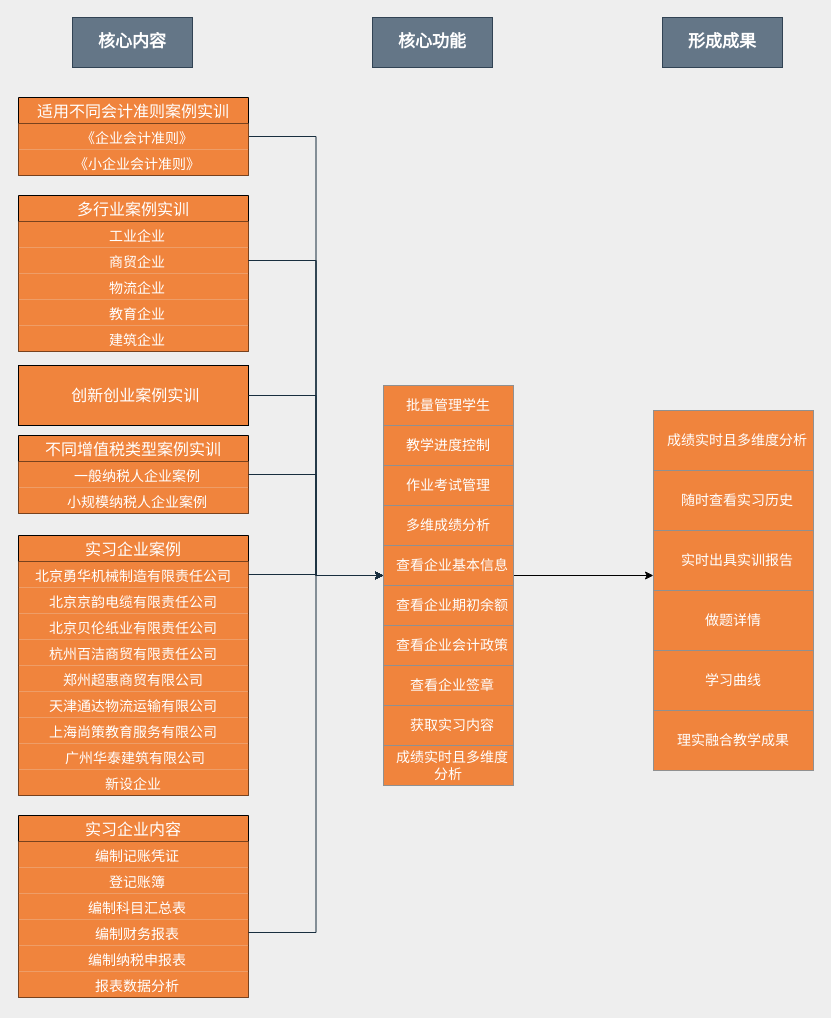
This is 会计综合.drawio from oldKing997/diagramsRepository, a draw.io file, before an edit. Source tidied: cells renumbered, new cells numbered last; positions are measured from the earlier drawing's top-left corner, leaving out a move shared by most shapes. Both pictures are drawn from the tidied source at 100%, with x=0, y=0 at pixel (18, 17).
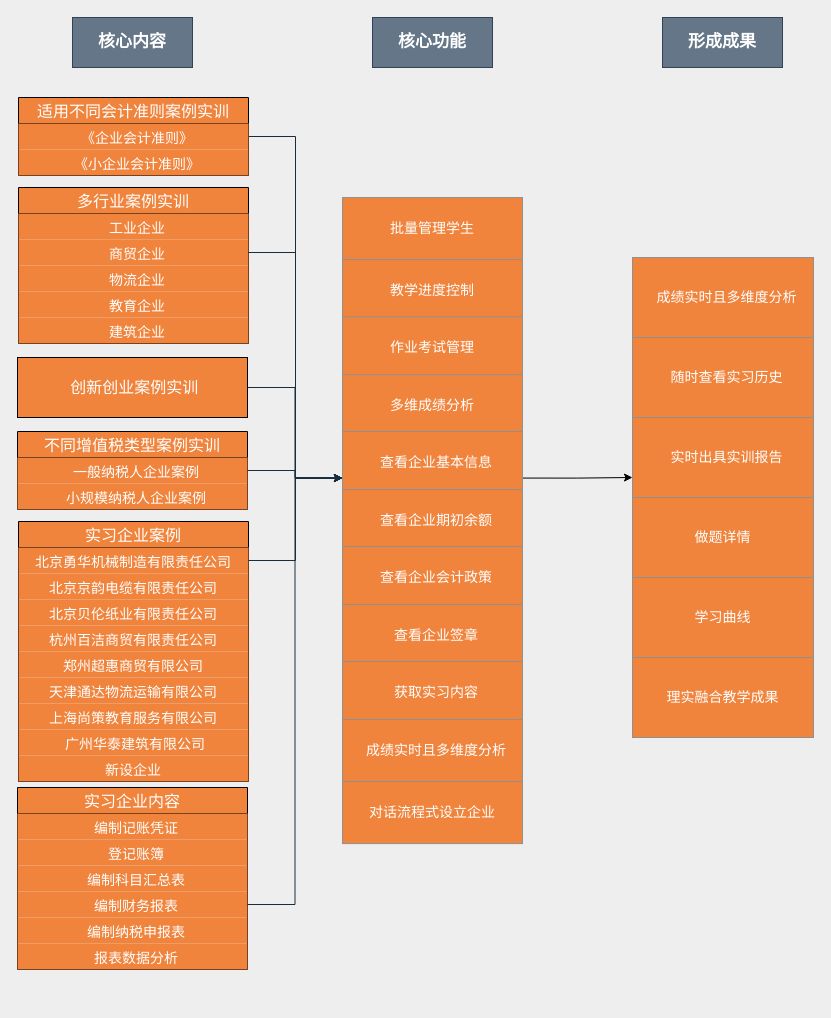
The same diagram, later.

Commit message (it also covers changes not shown here):
更新会计综合.drawio

Diff of the diagram source:
```diff
@@
     <mxCell id="9" value="多行业案例实训" style="swimlane;fontStyle=0;horizontal=1;startSize=26;fillColor=#F0843D;fontSize=16;fontColor=#FFFFFF;swimlaneFillColor=none;rounded=0;glass=0;shadow=0;sketch=0;swimlaneLine=1;align=center;" parent="1" vertex="1">
-      <mxGeometry y="178" width="230" height="156" as="geometry" />
+      <mxGeometry y="170" width="230" height="156" as="geometry" />
     </mxCell>
@@
     <mxCell id="16" value="&lt;span&gt;&amp;nbsp;&lt;/span&gt;创新创业案例实训" style="rounded=0;whiteSpace=wrap;html=1;shadow=0;glass=0;sketch=0;fontSize=16;fontColor=#FFFFFF;fillColor=#F0843D;align=center;" parent="1" vertex="1">
-      <mxGeometry y="348" width="230" height="60" as="geometry" />
+      <mxGeometry x="-1" y="340" width="230" height="60" as="geometry" />
     </mxCell>
@@
     <mxCell id="18" value="不同增值税类型案例实训" style="swimlane;fontStyle=0;horizontal=1;startSize=26;fillColor=#F0843D;fontSize=16;fontColor=#FFFFFF;swimlaneFillColor=none;rounded=0;glass=0;shadow=0;sketch=0;swimlaneLine=1;align=center;" parent="1" vertex="1">
-      <mxGeometry y="418" width="230" height="78" as="geometry" />
+      <mxGeometry x="-1" y="414" width="230" height="78" as="geometry" />
     </mxCell>
@@
     <mxCell id="21" value="实习企业案例" style="swimlane;fontStyle=0;horizontal=1;startSize=26;fillColor=#F0843D;fontSize=16;fontColor=#FFFFFF;swimlaneFillColor=none;rounded=0;glass=0;shadow=0;sketch=0;swimlaneLine=1;align=center;" parent="1" vertex="1">
-      <mxGeometry y="518" width="230" height="260" as="geometry" />
+      <mxGeometry y="504" width="230" height="260" as="geometry" />
     </mxCell>
@@
     <mxCell id="34" value="实习企业内容" style="swimlane;fontStyle=0;horizontal=1;startSize=26;fillColor=#F0843D;fontSize=16;fontColor=#FFFFFF;swimlaneFillColor=none;rounded=0;glass=0;shadow=0;sketch=0;swimlaneLine=1;align=center;" parent="1" vertex="1">
-      <mxGeometry y="798" width="230" height="182" as="geometry" />
+      <mxGeometry x="-1" y="770" width="230" height="182" as="geometry" />
     </mxCell>
@@
-    <mxCell id="43" style="group;" parent="1" vertex="1">
-      <mxGeometry x="365" y="368" width="130" height="400" as="geometry" />
-    </mxCell>
+    <mxCell id="54" style="group;" parent="1" vertex="1">
+      <mxGeometry x="614" y="240" width="181" height="480" as="geometry" />
+    </mxCell>
+    <mxCell id="55" value="&lt;p class=&quot;MsoBodyText&quot;&gt;理实融合教学成果&lt;span lang=&quot;EN-US&quot;&gt;&lt;/span&gt;&lt;/p&gt;" style="rounded=0;whiteSpace=wrap;html=1;sketch=0;fontSize=14;fontColor=#FFFFFF;strokeColor=#909090;fillColor=#F0843D;align=center;verticalAlign=middle;" parent="54" vertex="1">
+      <mxGeometry y="400" width="181" height="80" as="geometry" />
+    </mxCell>
+    <mxCell id="56" value="&amp;nbsp;&lt;span&gt; &lt;/span&gt;成绩实时且多维度分析" style="rounded=0;whiteSpace=wrap;html=1;sketch=0;fontSize=14;fontColor=#FFFFFF;strokeColor=#909090;fillColor=#F0843D;align=center;verticalAlign=middle;" parent="54" vertex="1">
+      <mxGeometry width="181" height="80" as="geometry" />
+    </mxCell>
+    <mxCell id="57" value="&lt;p class=&quot;MsoBodyText&quot;&gt;做题详情&lt;span lang=&quot;EN-US&quot;&gt;&lt;/span&gt;&lt;/p&gt;" style="rounded=0;whiteSpace=wrap;html=1;sketch=0;fontSize=14;fontColor=#FFFFFF;strokeColor=#909090;fillColor=#F0843D;align=center;verticalAlign=middle;" parent="54" vertex="1">
+      <mxGeometry y="240" width="181" height="80" as="geometry" />
+    </mxCell>
+    <mxCell id="58" value="&lt;p class=&quot;MsoBodyText&quot;&gt;学习曲线&lt;span lang=&quot;EN-US&quot;&gt;&lt;/span&gt;&lt;/p&gt;" style="rounded=0;whiteSpace=wrap;html=1;sketch=0;fontSize=14;fontColor=#FFFFFF;strokeColor=#909090;fillColor=#F0843D;align=center;verticalAlign=middle;" parent="54" vertex="1">
+      <mxGeometry y="320" width="181" height="80" as="geometry" />
+    </mxCell>
+    <mxCell id="59" value="&amp;nbsp;&lt;span&gt; &lt;/span&gt;实时出具实训报告" style="rounded=0;whiteSpace=wrap;html=1;sketch=0;fontSize=14;fontColor=#FFFFFF;strokeColor=#909090;fillColor=#F0843D;align=center;verticalAlign=middle;" parent="54" vertex="1">
+      <mxGeometry y="160" width="181" height="80" as="geometry" />
+    </mxCell>
+    <mxCell id="60" value="&amp;nbsp;&lt;span&gt; &lt;/span&gt;随时查看实习历史" style="rounded=0;whiteSpace=wrap;html=1;sketch=0;fontSize=14;fontColor=#FFFFFF;strokeColor=#909090;fillColor=#F0843D;align=center;verticalAlign=middle;" parent="54" vertex="1">
+      <mxGeometry y="80" width="181" height="80" as="geometry" />
+    </mxCell>
-    <mxCell id="44" value="&lt;p class=&quot;MsoBodyText&quot;&gt;批量管理学生&lt;span lang=&quot;EN-US&quot;&gt;&lt;/span&gt;&lt;/p&gt;" style="rounded=0;whiteSpace=wrap;html=1;sketch=0;fontSize=14;fontColor=#FFFFFF;strokeColor=#909090;fillColor=#F0843D;align=center;verticalAlign=middle;" parent="43" vertex="1">
-      <mxGeometry width="130" height="40" as="geometry" />
+    <mxCell id="44" value="&lt;p class=&quot;MsoBodyText&quot;&gt;批量管理学生&lt;span lang=&quot;EN-US&quot;&gt;&lt;/span&gt;&lt;/p&gt;" style="rounded=0;whiteSpace=wrap;html=1;sketch=0;fontSize=14;fontColor=#FFFFFF;strokeColor=#909090;fillColor=#F0843D;align=center;verticalAlign=middle;" parent="1" vertex="1">
+      <mxGeometry x="324" y="180" width="180" height="62.1" as="geometry" />
     </mxCell>
-    <mxCell id="45" value="&lt;p class=&quot;MsoBodyText&quot;&gt;教学进度控制&lt;span lang=&quot;EN-US&quot;&gt;&lt;/span&gt;&lt;/p&gt;" style="rounded=0;whiteSpace=wrap;html=1;sketch=0;fontSize=14;fontColor=#FFFFFF;strokeColor=#909090;fillColor=#F0843D;align=center;verticalAlign=middle;" parent="43" vertex="1">
-      <mxGeometry y="40" width="130" height="40" as="geometry" />
+    <mxCell id="45" value="&lt;p class=&quot;MsoBodyText&quot;&gt;教学进度控制&lt;span lang=&quot;EN-US&quot;&gt;&lt;/span&gt;&lt;/p&gt;" style="rounded=0;whiteSpace=wrap;html=1;sketch=0;fontSize=14;fontColor=#FFFFFF;strokeColor=#909090;fillColor=#F0843D;align=center;verticalAlign=middle;" parent="1" vertex="1">
+      <mxGeometry x="324" y="242.1" width="180" height="62.1" as="geometry" />
     </mxCell>
-    <mxCell id="46" value="&lt;p class=&quot;MsoBodyText&quot;&gt;作业考试管理&lt;span lang=&quot;EN-US&quot;&gt;&lt;/span&gt;&lt;/p&gt;" style="rounded=0;whiteSpace=wrap;html=1;sketch=0;fontSize=14;fontColor=#FFFFFF;strokeColor=#909090;fillColor=#F0843D;align=center;verticalAlign=middle;" parent="43" vertex="1">
-      <mxGeometry y="80" width="130" height="40" as="geometry" />
+    <mxCell id="46" value="&lt;p class=&quot;MsoBodyText&quot;&gt;作业考试管理&lt;span lang=&quot;EN-US&quot;&gt;&lt;/span&gt;&lt;/p&gt;" style="rounded=0;whiteSpace=wrap;html=1;sketch=0;fontSize=14;fontColor=#FFFFFF;strokeColor=#909090;fillColor=#F0843D;align=center;verticalAlign=middle;" parent="1" vertex="1">
+      <mxGeometry x="324" y="299.1" width="180" height="62.1" as="geometry" />
     </mxCell>
-    <mxCell id="47" value="多维成绩分析" style="rounded=0;whiteSpace=wrap;html=1;sketch=0;fontSize=14;fontColor=#FFFFFF;strokeColor=#909090;fillColor=#F0843D;align=center;verticalAlign=middle;" parent="43" vertex="1">
-      <mxGeometry y="120" width="130" height="40" as="geometry" />
+    <mxCell id="47" value="多维成绩分析" style="rounded=0;whiteSpace=wrap;html=1;sketch=0;fontSize=14;fontColor=#FFFFFF;strokeColor=#909090;fillColor=#F0843D;align=center;verticalAlign=middle;" parent="1" vertex="1">
+      <mxGeometry x="324" y="357.1" width="180" height="62.1" as="geometry" />
     </mxCell>
-    <mxCell id="48" value="&amp;nbsp;&lt;span&gt; &lt;/span&gt;查看企业基本信息" style="rounded=0;whiteSpace=wrap;html=1;sketch=0;fontSize=14;fontColor=#FFFFFF;strokeColor=#909090;fillColor=#F0843D;align=center;verticalAlign=middle;" parent="43" vertex="1">
-      <mxGeometry y="160" width="130" height="40" as="geometry" />
+    <mxCell id="48" value="&amp;nbsp;&lt;span&gt; &lt;/span&gt;查看企业基本信息" style="rounded=0;whiteSpace=wrap;html=1;sketch=0;fontSize=14;fontColor=#FFFFFF;strokeColor=#909090;fillColor=#F0843D;align=center;verticalAlign=middle;" parent="1" vertex="1">
+      <mxGeometry x="324" y="414" width="180" height="62.1" as="geometry" />
     </mxCell>
-    <mxCell id="49" value="&amp;nbsp;&lt;span&gt; &lt;/span&gt;查看企业期初余额" style="rounded=0;whiteSpace=wrap;html=1;sketch=0;fontSize=14;fontColor=#FFFFFF;strokeColor=#909090;fillColor=#F0843D;align=center;verticalAlign=middle;" parent="43" vertex="1">
-      <mxGeometry y="200" width="130" height="40" as="geometry" />
+    <mxCell id="49" value="&amp;nbsp;&lt;span&gt; &lt;/span&gt;查看企业期初余额" style="rounded=0;whiteSpace=wrap;html=1;sketch=0;fontSize=14;fontColor=#FFFFFF;strokeColor=#909090;fillColor=#F0843D;align=center;verticalAlign=middle;" parent="1" vertex="1">
+      <mxGeometry x="324" y="472" width="180" height="62.1" as="geometry" />
     </mxCell>
-    <mxCell id="50" value="&amp;nbsp;&lt;span&gt; &lt;/span&gt;查看企业会计政策" style="rounded=0;whiteSpace=wrap;html=1;sketch=0;fontSize=14;fontColor=#FFFFFF;strokeColor=#909090;fillColor=#F0843D;align=center;verticalAlign=middle;" parent="43" vertex="1">
-      <mxGeometry y="240" width="130" height="40" as="geometry" />
+    <mxCell id="50" value="&amp;nbsp;&lt;span&gt; &lt;/span&gt;查看企业会计政策" style="rounded=0;whiteSpace=wrap;html=1;sketch=0;fontSize=14;fontColor=#FFFFFF;strokeColor=#909090;fillColor=#F0843D;align=center;verticalAlign=middle;" parent="1" vertex="1">
+      <mxGeometry x="324" y="529" width="180" height="62.1" as="geometry" />
     </mxCell>
-    <mxCell id="51" value="&amp;nbsp;&lt;span&gt; &lt;/span&gt;查看企业签章" style="rounded=0;whiteSpace=wrap;html=1;sketch=0;fontSize=14;fontColor=#FFFFFF;strokeColor=#909090;fillColor=#F0843D;align=center;verticalAlign=middle;" parent="43" vertex="1">
-      <mxGeometry y="280" width="130" height="40" as="geometry" />
+    <mxCell id="51" value="&amp;nbsp;&lt;span&gt; &lt;/span&gt;查看企业签章" style="rounded=0;whiteSpace=wrap;html=1;sketch=0;fontSize=14;fontColor=#FFFFFF;strokeColor=#909090;fillColor=#F0843D;align=center;verticalAlign=middle;" parent="1" vertex="1">
+      <mxGeometry x="324" y="586.9" width="180" height="62.1" as="geometry" />
     </mxCell>
-    <mxCell id="52" value="&amp;nbsp;&lt;span&gt; &lt;/span&gt;获取实习内容" style="rounded=0;whiteSpace=wrap;html=1;sketch=0;fontSize=14;fontColor=#FFFFFF;strokeColor=#909090;fillColor=#F0843D;align=center;verticalAlign=middle;" parent="43" vertex="1">
-      <mxGeometry y="320" width="130" height="40" as="geometry" />
+    <mxCell id="52" value="&amp;nbsp;&lt;span&gt; &lt;/span&gt;获取实习内容" style="rounded=0;whiteSpace=wrap;html=1;sketch=0;fontSize=14;fontColor=#FFFFFF;strokeColor=#909090;fillColor=#F0843D;align=center;verticalAlign=middle;" parent="1" vertex="1">
+      <mxGeometry x="324" y="643.9" width="180" height="62.1" as="geometry" />
     </mxCell>
-    <mxCell id="53" value="&amp;nbsp;&lt;span&gt; &lt;/span&gt;成绩实时且多维度分析" style="rounded=0;whiteSpace=wrap;html=1;sketch=0;fontSize=14;fontColor=#FFFFFF;strokeColor=#909090;fillColor=#F0843D;align=center;verticalAlign=middle;" parent="43" vertex="1">
-      <mxGeometry y="360" width="130" height="40" as="geometry" />
+    <mxCell id="53" value="&amp;nbsp;&lt;span&gt; &lt;/span&gt;成绩实时且多维度分析" style="rounded=0;whiteSpace=wrap;html=1;sketch=0;fontSize=14;fontColor=#FFFFFF;strokeColor=#909090;fillColor=#F0843D;align=center;verticalAlign=middle;" parent="1" vertex="1">
+      <mxGeometry x="324" y="701.9" width="180" height="62.1" as="geometry" />
     </mxCell>
-    <mxCell id="54" style="group;" parent="1" vertex="1">
-      <mxGeometry x="635" y="393" width="160" height="360" as="geometry" />
-    </mxCell>
-    <mxCell id="55" value="&lt;p class=&quot;MsoBodyText&quot;&gt;理实融合教学成果&lt;span lang=&quot;EN-US&quot;&gt;&lt;/span&gt;&lt;/p&gt;" style="rounded=0;whiteSpace=wrap;html=1;sketch=0;fontSize=14;fontColor=#FFFFFF;strokeColor=#909090;fillColor=#F0843D;align=center;verticalAlign=middle;" parent="54" vertex="1">
-      <mxGeometry y="300" width="160" height="60" as="geometry" />
-    </mxCell>
-    <mxCell id="56" value="&amp;nbsp;&lt;span&gt; &lt;/span&gt;成绩实时且多维度分析" style="rounded=0;whiteSpace=wrap;html=1;sketch=0;fontSize=14;fontColor=#FFFFFF;strokeColor=#909090;fillColor=#F0843D;align=center;verticalAlign=middle;" parent="54" vertex="1">
-      <mxGeometry width="160" height="60" as="geometry" />
-    </mxCell>
-    <mxCell id="57" value="&lt;p class=&quot;MsoBodyText&quot;&gt;做题详情&lt;span lang=&quot;EN-US&quot;&gt;&lt;/span&gt;&lt;/p&gt;" style="rounded=0;whiteSpace=wrap;html=1;sketch=0;fontSize=14;fontColor=#FFFFFF;strokeColor=#909090;fillColor=#F0843D;align=center;verticalAlign=middle;" parent="54" vertex="1">
-      <mxGeometry y="180" width="160" height="60" as="geometry" />
-    </mxCell>
-    <mxCell id="58" value="&lt;p class=&quot;MsoBodyText&quot;&gt;学习曲线&lt;span lang=&quot;EN-US&quot;&gt;&lt;/span&gt;&lt;/p&gt;" style="rounded=0;whiteSpace=wrap;html=1;sketch=0;fontSize=14;fontColor=#FFFFFF;strokeColor=#909090;fillColor=#F0843D;align=center;verticalAlign=middle;" parent="54" vertex="1">
-      <mxGeometry y="240" width="160" height="60" as="geometry" />
-    </mxCell>
-    <mxCell id="59" value="&amp;nbsp;&lt;span&gt; &lt;/span&gt;实时出具实训报告" style="rounded=0;whiteSpace=wrap;html=1;sketch=0;fontSize=14;fontColor=#FFFFFF;strokeColor=#909090;fillColor=#F0843D;align=center;verticalAlign=middle;" parent="54" vertex="1">
-      <mxGeometry y="120" width="160" height="60" as="geometry" />
-    </mxCell>
-    <mxCell id="60" value="&amp;nbsp;&lt;span&gt; &lt;/span&gt;随时查看实习历史" style="rounded=0;whiteSpace=wrap;html=1;sketch=0;fontSize=14;fontColor=#FFFFFF;strokeColor=#909090;fillColor=#F0843D;align=center;verticalAlign=middle;" parent="54" vertex="1">
-      <mxGeometry y="60" width="160" height="60" as="geometry" />
-    </mxCell>
+    <mxCell id="61" value="对话流程式设立企业" style="rounded=0;whiteSpace=wrap;html=1;sketch=0;fontSize=14;fontColor=#FFFFFF;strokeColor=#909090;fillColor=#F0843D;align=center;verticalAlign=middle;" parent="1" vertex="1">
+      <mxGeometry x="324" y="764" width="180" height="62.1" as="geometry" />
+    </mxCell>
```
